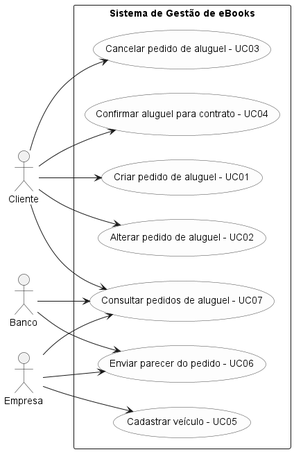
The PlantUML diagram docs/diagramas/casos_de_uso_aluguel.png in pazzutti/lab02-aluguel-automoveis, before a commit.
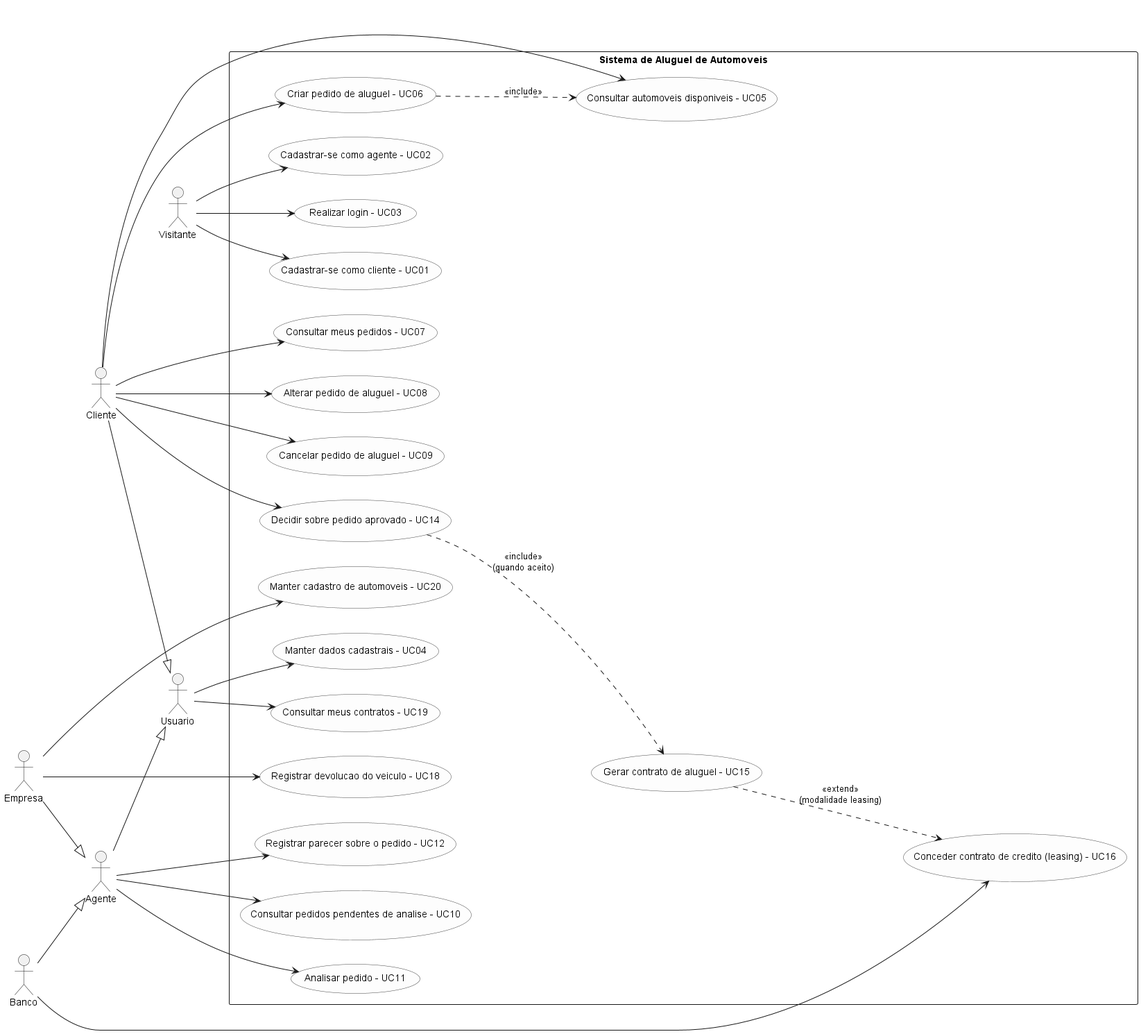
After the commit.

Commit message:
feat: diagramas sprint 1

Diff of the diagram source:
```diff
@@ -8,34 +8,71 @@
   BorderColor #444444
 }
 
-rectangle "Sistema de Gestão de eBooks" {
+actor Visitante
+actor Usuario
+actor Cliente
+actor Agente
+actor Empresa
+actor Banco
 
-  usecase "Consultar pedidos de aluguel - UC07" as UC07
+Cliente --|> Usuario
+Agente --|> Usuario
+Empresa --|> Agente
+Banco --|> Agente
 
-  usecase "Criar pedido de aluguel - UC01" as UC01
-  usecase "Alterar pedido de aluguel - UC02" as UC02
-  usecase "Cancelar pedido de aluguel - UC03" as UC03
-  usecase "Confirmar aluguel para contrato - UC04" as UC04
+rectangle "Sistema de Aluguel de Automoveis" {
 
-  usecase "Cadastrar veículo - UC05" as UC05
-  usecase "Enviar parecer do pedido - UC06" as UC06
+  usecase "Cadastrar-se como cliente - UC01" as UC01
+  usecase "Cadastrar-se como agente - UC02" as UC02
+  usecase "Realizar login - UC03" as UC03
+  usecase "Manter dados cadastrais - UC04" as UC04
+
+  usecase "Consultar automoveis disponiveis - UC05" as UC05
+  usecase "Criar pedido de aluguel - UC06" as UC06
+  usecase "Consultar meus pedidos - UC07" as UC07
+  usecase "Alterar pedido de aluguel - UC08" as UC08
+  usecase "Cancelar pedido de aluguel - UC09" as UC09
+
+  usecase "Consultar pedidos pendentes de analise - UC10" as UC10
+  usecase "Analisar pedido - UC11" as UC11
+  usecase "Registrar parecer sobre o pedido - UC12" as UC12
+
+  usecase "Decidir sobre pedido aprovado - UC14" as UC14
+  usecase "Gerar contrato de aluguel - UC15" as UC15
+  usecase "Conceder contrato de credito (leasing) - UC16" as UC16
+  usecase "Registrar devolucao do veiculo - UC18" as UC18
+  usecase "Consultar meus contratos - UC19" as UC19
+
+  usecase "Manter cadastro de automoveis - UC20" as UC20
 }
 
-actor Cliente as "Cliente"
-actor Empresa as "Empresa"
-actor Banco as "Banco"
 
-Cliente --> UC01
-Cliente --> UC02
-Cliente --> UC03
-Cliente --> UC04
+Visitante --> UC01
+Visitante --> UC02
+Visitante --> UC03
+
+Usuario --> UC04
+Usuario --> UC19
+
+Cliente --> UC05
+Cliente --> UC06
 Cliente --> UC07
+Cliente --> UC08
+Cliente --> UC09
+Cliente --> UC14
 
-Empresa --> UC05
-Empresa --> UC06
-Empresa --> UC07
+Agente --> UC10
+Agente --> UC11
+Agente --> UC12
 
-Banco --> UC06
-Banco --> UC07
+Empresa --> UC18
+Empresa --> UC20
+
+Banco --> UC16
+
+
+UC06 ..> UC05 : <<include>>
+UC14 ..> UC15 : <<include>>\n(quando aceito)
+UC15 ..> UC16 : <<extend>>\n(modalidade leasing)
 
 @enduml
```
